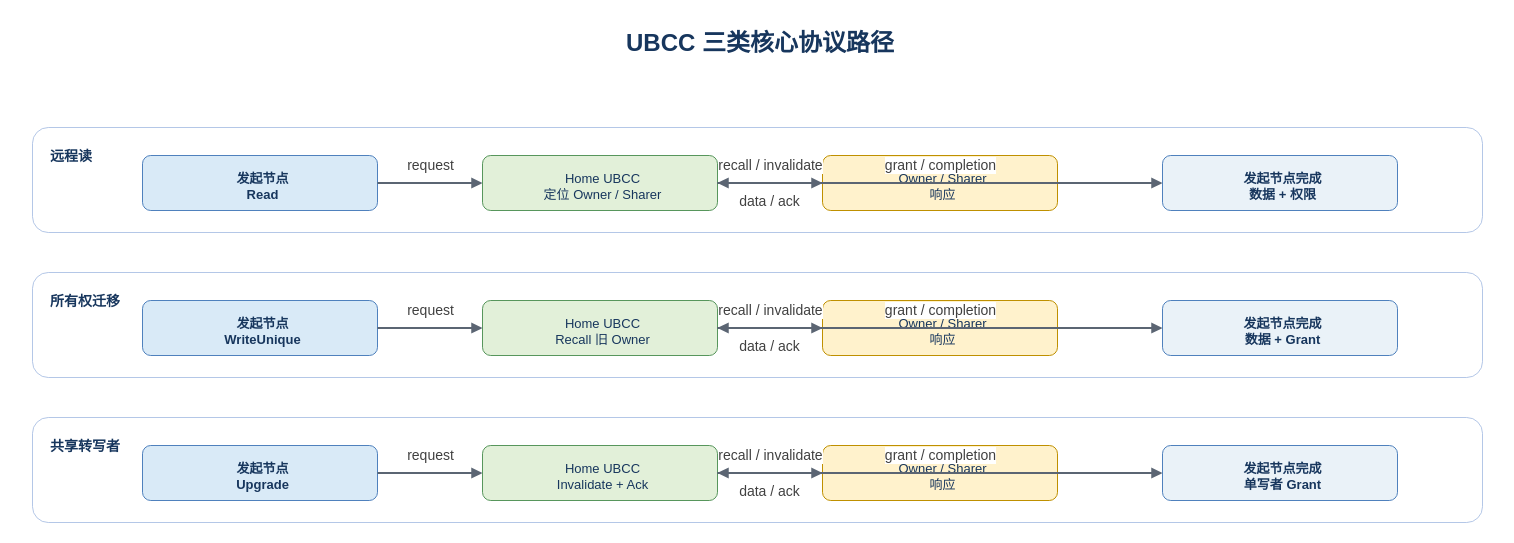
Before: docs/design/figures/ubcc-protocol-paths.drawio in harumaki-nadeshiko/cc-data, a draw.io diagram. Source tidied: cells renumbered, new cells numbered last; positions are measured from the earlier drawing's top-left corner, leaving out a move shared by most shapes. Both pictures are drawn from the tidied source at 100%, with x=0, y=0 at pixel (17, 17).
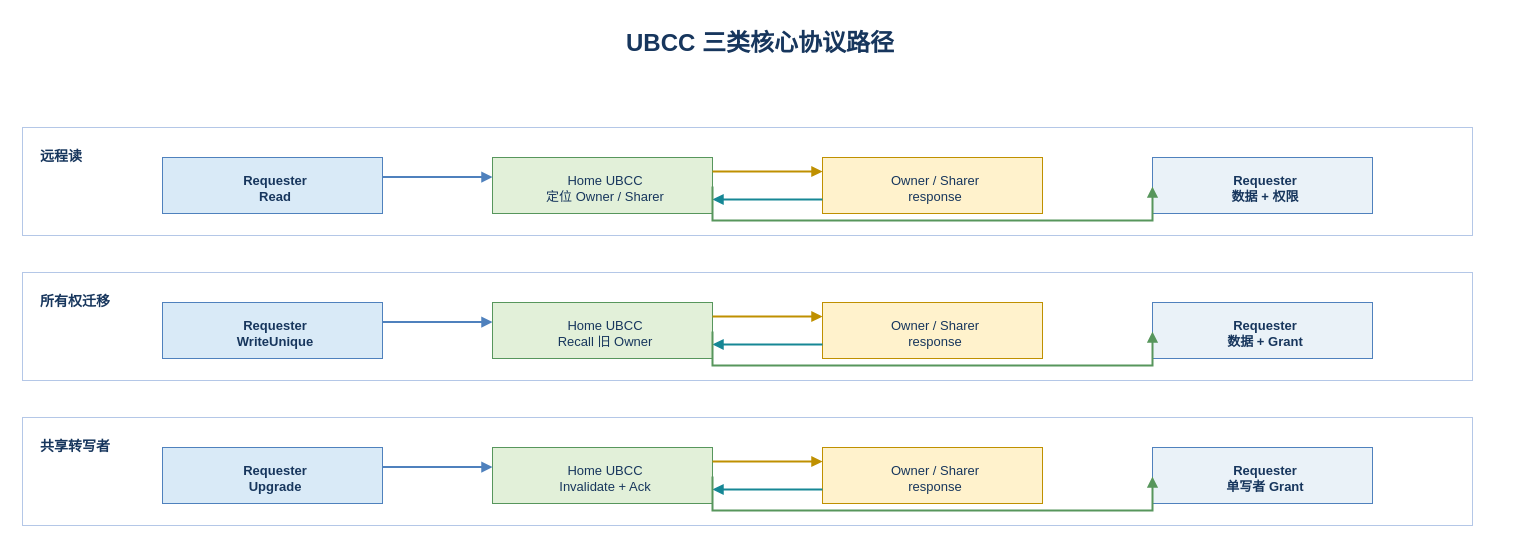
The same diagram, later.

The edit, as a diff of the source:
```diff
@@
-    <mxCell id="3" value="远程读" style="rounded=1;whiteSpace=wrap;html=1;fillColor=#FFFFFF;strokeColor=#B4C7E7;fontColor=#17365D;fontSize=14;fontStyle=1;fontFamily=Microsoft YaHei;spacing=6;dashed=0;dashPattern=6 4;verticalAlign=top;align=left;spacingTop=10;spacingLeft=12;" parent="1" vertex="1">
-      <mxGeometry x="15" y="110" width="1450" height="105" as="geometry" />
+    <mxCell id="3" value="远程读" style="rounded=0;whiteSpace=wrap;html=1;fillColor=#FFFFFF;strokeColor=#B4C7E7;fontColor=#17365D;fontSize=14;fontStyle=1;fontFamily=Microsoft YaHei;spacing=6;dashed=0;dashPattern=6 4;verticalAlign=top;align=left;spacingTop=10;spacingLeft=12;" parent="1" vertex="1">
+      <mxGeometry x="5" y="110" width="1450" height="108" as="geometry" />
     </mxCell>
-    <mxCell id="4" value="发起节点&#10;Read" style="rounded=1;whiteSpace=wrap;html=1;fillColor=#D9EAF7;strokeColor=#4F81BD;fontColor=#17365D;fontSize=13;fontStyle=1;fontFamily=Microsoft YaHei;spacing=6;dashed=0;dashPattern=6 4;verticalAlign=middle;align=center;spacingTop=6;spacingLeft=6;" parent="1" vertex="1">
-      <mxGeometry x="125" y="138" width="235" height="55" as="geometry" />
+    <mxCell id="4" value="Requester&#10;Read" style="rounded=0;whiteSpace=wrap;html=1;fillColor=#D9EAF7;strokeColor=#4F81BD;fontColor=#17365D;fontSize=13;fontStyle=1;fontFamily=Microsoft YaHei;spacing=6;dashed=0;dashPattern=6 4;verticalAlign=middle;align=center;spacingTop=6;spacingLeft=6;" parent="1" vertex="1">
+      <mxGeometry x="145" y="140" width="220" height="56" as="geometry" />
     </mxCell>
-    <mxCell id="5" value="Home UBCC&#10;定位 Owner / Sharer" style="rounded=1;whiteSpace=wrap;html=1;fillColor=#E2F0D9;strokeColor=#57965C;fontColor=#17365D;fontSize=13;fontStyle=0;fontFamily=Microsoft YaHei;spacing=6;dashed=0;dashPattern=6 4;verticalAlign=middle;align=center;spacingTop=6;spacingLeft=6;" parent="1" vertex="1">
-      <mxGeometry x="465" y="138" width="235" height="55" as="geometry" />
+    <mxCell id="5" value="Home UBCC&#10;定位 Owner / Sharer" style="rounded=0;whiteSpace=wrap;html=1;fillColor=#E2F0D9;strokeColor=#57965C;fontColor=#17365D;fontSize=13;fontStyle=0;fontFamily=Microsoft YaHei;spacing=6;dashed=0;dashPattern=6 4;verticalAlign=middle;align=center;spacingTop=6;spacingLeft=6;" parent="1" vertex="1">
+      <mxGeometry x="475" y="140" width="220" height="56" as="geometry" />
     </mxCell>
-    <mxCell id="6" value="Owner / Sharer&#10;响应" style="rounded=1;whiteSpace=wrap;html=1;fillColor=#FFF2CC;strokeColor=#BF9000;fontColor=#17365D;fontSize=13;fontStyle=0;fontFamily=Microsoft YaHei;spacing=6;dashed=0;dashPattern=6 4;verticalAlign=middle;align=center;spacingTop=6;spacingLeft=6;" parent="1" vertex="1">
-      <mxGeometry x="805" y="138" width="235" height="55" as="geometry" />
+    <mxCell id="6" value="Owner / Sharer&#10;response" style="rounded=0;whiteSpace=wrap;html=1;fillColor=#FFF2CC;strokeColor=#BF9000;fontColor=#17365D;fontSize=13;fontStyle=0;fontFamily=Microsoft YaHei;spacing=6;dashed=0;dashPattern=6 4;verticalAlign=middle;align=center;spacingTop=6;spacingLeft=6;" parent="1" vertex="1">
+      <mxGeometry x="805" y="140" width="220" height="56" as="geometry" />
     </mxCell>
-    <mxCell id="7" value="发起节点完成&#10;数据 + 权限" style="rounded=1;whiteSpace=wrap;html=1;fillColor=#EAF2F8;strokeColor=#4F81BD;fontColor=#17365D;fontSize=13;fontStyle=1;fontFamily=Microsoft YaHei;spacing=6;dashed=0;dashPattern=6 4;verticalAlign=middle;align=center;spacingTop=6;spacingLeft=6;" parent="1" vertex="1">
-      <mxGeometry x="1145" y="138" width="235" height="55" as="geometry" />
+    <mxCell id="7" value="Requester&#10;数据 + 权限" style="rounded=0;whiteSpace=wrap;html=1;fillColor=#EAF2F8;strokeColor=#4F81BD;fontColor=#17365D;fontSize=13;fontStyle=1;fontFamily=Microsoft YaHei;spacing=6;dashed=0;dashPattern=6 4;verticalAlign=middle;align=center;spacingTop=6;spacingLeft=6;" parent="1" vertex="1">
+      <mxGeometry x="1135" y="140" width="220" height="56" as="geometry" />
     </mxCell>
-    <mxCell id="8" value="所有权迁移" style="rounded=1;whiteSpace=wrap;html=1;fillColor=#FFFFFF;strokeColor=#B4C7E7;fontColor=#17365D;fontSize=14;fontStyle=1;fontFamily=Microsoft YaHei;spacing=6;dashed=0;dashPattern=6 4;verticalAlign=top;align=left;spacingTop=10;spacingLeft=12;" parent="1" vertex="1">
-      <mxGeometry x="15" y="255" width="1450" height="105" as="geometry" />
+    <mxCell id="8" value="所有权迁移" style="rounded=0;whiteSpace=wrap;html=1;fillColor=#FFFFFF;strokeColor=#B4C7E7;fontColor=#17365D;fontSize=14;fontStyle=1;fontFamily=Microsoft YaHei;spacing=6;dashed=0;dashPattern=6 4;verticalAlign=top;align=left;spacingTop=10;spacingLeft=12;" parent="1" vertex="1">
+      <mxGeometry x="5" y="255" width="1450" height="108" as="geometry" />
     </mxCell>
-    <mxCell id="9" value="发起节点&#10;WriteUnique" style="rounded=1;whiteSpace=wrap;html=1;fillColor=#D9EAF7;strokeColor=#4F81BD;fontColor=#17365D;fontSize=13;fontStyle=1;fontFamily=Microsoft YaHei;spacing=6;dashed=0;dashPattern=6 4;verticalAlign=middle;align=center;spacingTop=6;spacingLeft=6;" parent="1" vertex="1">
-      <mxGeometry x="125" y="283" width="235" height="55" as="geometry" />
+    <mxCell id="9" value="Requester&#10;WriteUnique" style="rounded=0;whiteSpace=wrap;html=1;fillColor=#D9EAF7;strokeColor=#4F81BD;fontColor=#17365D;fontSize=13;fontStyle=1;fontFamily=Microsoft YaHei;spacing=6;dashed=0;dashPattern=6 4;verticalAlign=middle;align=center;spacingTop=6;spacingLeft=6;" parent="1" vertex="1">
+      <mxGeometry x="145" y="285" width="220" height="56" as="geometry" />
     </mxCell>
-    <mxCell id="10" value="Home UBCC&#10;Recall 旧 Owner" style="rounded=1;whiteSpace=wrap;html=1;fillColor=#E2F0D9;strokeColor=#57965C;fontColor=#17365D;fontSize=13;fontStyle=0;fontFamily=Microsoft YaHei;spacing=6;dashed=0;dashPattern=6 4;verticalAlign=middle;align=center;spacingTop=6;spacingLeft=6;" parent="1" vertex="1">
-      <mxGeometry x="465" y="283" width="235" height="55" as="geometry" />
+    <mxCell id="10" value="Home UBCC&#10;Recall 旧 Owner" style="rounded=0;whiteSpace=wrap;html=1;fillColor=#E2F0D9;strokeColor=#57965C;fontColor=#17365D;fontSize=13;fontStyle=0;fontFamily=Microsoft YaHei;spacing=6;dashed=0;dashPattern=6 4;verticalAlign=middle;align=center;spacingTop=6;spacingLeft=6;" parent="1" vertex="1">
+      <mxGeometry x="475" y="285" width="220" height="56" as="geometry" />
     </mxCell>
-    <mxCell id="11" value="Owner / Sharer&#10;响应" style="rounded=1;whiteSpace=wrap;html=1;fillColor=#FFF2CC;strokeColor=#BF9000;fontColor=#17365D;fontSize=13;fontStyle=0;fontFamily=Microsoft YaHei;spacing=6;dashed=0;dashPattern=6 4;verticalAlign=middle;align=center;spacingTop=6;spacingLeft=6;" parent="1" vertex="1">
-      <mxGeometry x="805" y="283" width="235" height="55" as="geometry" />
+    <mxCell id="11" value="Owner / Sharer&#10;response" style="rounded=0;whiteSpace=wrap;html=1;fillColor=#FFF2CC;strokeColor=#BF9000;fontColor=#17365D;fontSize=13;fontStyle=0;fontFamily=Microsoft YaHei;spacing=6;dashed=0;dashPattern=6 4;verticalAlign=middle;align=center;spacingTop=6;spacingLeft=6;" parent="1" vertex="1">
+      <mxGeometry x="805" y="285" width="220" height="56" as="geometry" />
     </mxCell>
-    <mxCell id="12" value="发起节点完成&#10;数据 + Grant" style="rounded=1;whiteSpace=wrap;html=1;fillColor=#EAF2F8;strokeColor=#4F81BD;fontColor=#17365D;fontSize=13;fontStyle=1;fontFamily=Microsoft YaHei;spacing=6;dashed=0;dashPattern=6 4;verticalAlign=middle;align=center;spacingTop=6;spacingLeft=6;" parent="1" vertex="1">
-      <mxGeometry x="1145" y="283" width="235" height="55" as="geometry" />
+    <mxCell id="12" value="Requester&#10;数据 + Grant" style="rounded=0;whiteSpace=wrap;html=1;fillColor=#EAF2F8;strokeColor=#4F81BD;fontColor=#17365D;fontSize=13;fontStyle=1;fontFamily=Microsoft YaHei;spacing=6;dashed=0;dashPattern=6 4;verticalAlign=middle;align=center;spacingTop=6;spacingLeft=6;" parent="1" vertex="1">
+      <mxGeometry x="1135" y="285" width="220" height="56" as="geometry" />
     </mxCell>
-    <mxCell id="13" value="共享转写者" style="rounded=1;whiteSpace=wrap;html=1;fillColor=#FFFFFF;strokeColor=#B4C7E7;fontColor=#17365D;fontSize=14;fontStyle=1;fontFamily=Microsoft YaHei;spacing=6;dashed=0;dashPattern=6 4;verticalAlign=top;align=left;spacingTop=10;spacingLeft=12;" parent="1" vertex="1">
-      <mxGeometry x="15" y="400" width="1450" height="105" as="geometry" />
+    <mxCell id="13" value="共享转写者" style="rounded=0;whiteSpace=wrap;html=1;fillColor=#FFFFFF;strokeColor=#B4C7E7;fontColor=#17365D;fontSize=14;fontStyle=1;fontFamily=Microsoft YaHei;spacing=6;dashed=0;dashPattern=6 4;verticalAlign=top;align=left;spacingTop=10;spacingLeft=12;" parent="1" vertex="1">
+      <mxGeometry x="5" y="400" width="1450" height="108" as="geometry" />
     </mxCell>
-    <mxCell id="14" value="发起节点&#10;Upgrade" style="rounded=1;whiteSpace=wrap;html=1;fillColor=#D9EAF7;strokeColor=#4F81BD;fontColor=#17365D;fontSize=13;fontStyle=1;fontFamily=Microsoft YaHei;spacing=6;dashed=0;dashPattern=6 4;verticalAlign=middle;align=center;spacingTop=6;spacingLeft=6;" parent="1" vertex="1">
-      <mxGeometry x="125" y="428" width="235" height="55" as="geometry" />
+    <mxCell id="14" value="Requester&#10;Upgrade" style="rounded=0;whiteSpace=wrap;html=1;fillColor=#D9EAF7;strokeColor=#4F81BD;fontColor=#17365D;fontSize=13;fontStyle=1;fontFamily=Microsoft YaHei;spacing=6;dashed=0;dashPattern=6 4;verticalAlign=middle;align=center;spacingTop=6;spacingLeft=6;" parent="1" vertex="1">
+      <mxGeometry x="145" y="430" width="220" height="56" as="geometry" />
     </mxCell>
-    <mxCell id="15" value="Home UBCC&#10;Invalidate + Ack" style="rounded=1;whiteSpace=wrap;html=1;fillColor=#E2F0D9;strokeColor=#57965C;fontColor=#17365D;fontSize=13;fontStyle=0;fontFamily=Microsoft YaHei;spacing=6;dashed=0;dashPattern=6 4;verticalAlign=middle;align=center;spacingTop=6;spacingLeft=6;" parent="1" vertex="1">
-      <mxGeometry x="465" y="428" width="235" height="55" as="geometry" />
+    <mxCell id="15" value="Home UBCC&#10;Invalidate + Ack" style="rounded=0;whiteSpace=wrap;html=1;fillColor=#E2F0D9;strokeColor=#57965C;fontColor=#17365D;fontSize=13;fontStyle=0;fontFamily=Microsoft YaHei;spacing=6;dashed=0;dashPattern=6 4;verticalAlign=middle;align=center;spacingTop=6;spacingLeft=6;" parent="1" vertex="1">
+      <mxGeometry x="475" y="430" width="220" height="56" as="geometry" />
     </mxCell>
-    <mxCell id="16" value="Owner / Sharer&#10;响应" style="rounded=1;whiteSpace=wrap;html=1;fillColor=#FFF2CC;strokeColor=#BF9000;fontColor=#17365D;fontSize=13;fontStyle=0;fontFamily=Microsoft YaHei;spacing=6;dashed=0;dashPattern=6 4;verticalAlign=middle;align=center;spacingTop=6;spacingLeft=6;" parent="1" vertex="1">
-      <mxGeometry x="805" y="428" width="235" height="55" as="geometry" />
+    <mxCell id="16" value="Owner / Sharer&#10;response" style="rounded=0;whiteSpace=wrap;html=1;fillColor=#FFF2CC;strokeColor=#BF9000;fontColor=#17365D;fontSize=13;fontStyle=0;fontFamily=Microsoft YaHei;spacing=6;dashed=0;dashPattern=6 4;verticalAlign=middle;align=center;spacingTop=6;spacingLeft=6;" parent="1" vertex="1">
+      <mxGeometry x="805" y="430" width="220" height="56" as="geometry" />
     </mxCell>
-    <mxCell id="17" value="发起节点完成&#10;单写者 Grant" style="rounded=1;whiteSpace=wrap;html=1;fillColor=#EAF2F8;strokeColor=#4F81BD;fontColor=#17365D;fontSize=13;fontStyle=1;fontFamily=Microsoft YaHei;spacing=6;dashed=0;dashPattern=6 4;verticalAlign=middle;align=center;spacingTop=6;spacingLeft=6;" parent="1" vertex="1">
-      <mxGeometry x="1145" y="428" width="235" height="55" as="geometry" />
+    <mxCell id="17" value="Requester&#10;单写者 Grant" style="rounded=0;whiteSpace=wrap;html=1;fillColor=#EAF2F8;strokeColor=#4F81BD;fontColor=#17365D;fontSize=13;fontStyle=1;fontFamily=Microsoft YaHei;spacing=6;dashed=0;dashPattern=6 4;verticalAlign=middle;align=center;spacingTop=6;spacingLeft=6;" parent="1" vertex="1">
+      <mxGeometry x="1135" y="430" width="220" height="56" as="geometry" />
     </mxCell>
-    <mxCell id="18" value="request" style="edgeStyle=orthogonalEdgeStyle;rounded=0;jettySize=auto;html=1;strokeWidth=2.0;strokeColor=#5B6573;dashed=0;dashPattern=6 4;endArrow=block;endFill=1;startArrow=none;startFill=0;fontSize=14;fontColor=#404040;fontFamily=Microsoft YaHei;labelBackgroundColor=#FFFFFF;" parent="1" edge="1" source="4" target="5">
-      <mxGeometry relative="1" as="geometry">
-        <mxPoint y="-18" as="offset" />
-      </mxGeometry>
+    <mxCell id="18" style="edgeStyle=orthogonalEdgeStyle;rounded=0;jettySize=16;html=1;strokeWidth=2.0;strokeColor=#4F81BD;dashed=0;dashPattern=6 4;endArrow=block;endFill=1;startArrow=none;startFill=0;fontSize=14;fontColor=#404040;fontFamily=Microsoft YaHei;labelBackgroundColor=#FFFFFF;exitX=1;exitY=0.35;exitDx=0;exitDy=0;entryX=0;entryY=0.35;entryDx=0;entryDy=0;" parent="1" edge="1" source="4" target="5">
+      <mxGeometry relative="1" as="geometry" />
     </mxCell>
-    <mxCell id="19" value="recall / invalidate" style="edgeStyle=orthogonalEdgeStyle;rounded=0;jettySize=auto;html=1;strokeWidth=2.0;strokeColor=#5B6573;dashed=0;dashPattern=6 4;endArrow=block;endFill=1;startArrow=none;startFill=0;fontSize=14;fontColor=#404040;fontFamily=Microsoft YaHei;labelBackgroundColor=#FFFFFF;" parent="1" edge="1" source="5" target="6">
-      <mxGeometry relative="1" as="geometry">
-        <mxPoint y="-18" as="offset" />
-      </mxGeometry>
+    <mxCell id="19" style="edgeStyle=orthogonalEdgeStyle;rounded=0;jettySize=16;html=1;strokeWidth=2.0;strokeColor=#BF9000;dashed=0;dashPattern=6 4;endArrow=block;endFill=1;startArrow=none;startFill=0;fontSize=14;fontColor=#404040;fontFamily=Microsoft YaHei;labelBackgroundColor=#FFFFFF;exitX=1;exitY=0.25;exitDx=0;exitDy=0;entryX=0;entryY=0.25;entryDx=0;entryDy=0;" parent="1" edge="1" source="5" target="6">
+      <mxGeometry relative="1" as="geometry" />
     </mxCell>
-    <mxCell id="20" value="data / ack" style="edgeStyle=orthogonalEdgeStyle;rounded=0;jettySize=auto;html=1;strokeWidth=2.0;strokeColor=#5B6573;dashed=0;dashPattern=6 4;endArrow=block;endFill=1;startArrow=none;startFill=0;fontSize=14;fontColor=#404040;fontFamily=Microsoft YaHei;labelBackgroundColor=#FFFFFF;" parent="1" edge="1" source="6" target="5">
-      <mxGeometry relative="1" as="geometry">
-        <mxPoint y="18" as="offset" />
-      </mxGeometry>
+    <mxCell id="20" style="edgeStyle=orthogonalEdgeStyle;rounded=0;jettySize=16;html=1;strokeWidth=2.0;strokeColor=#168795;dashed=0;dashPattern=6 4;endArrow=block;endFill=1;startArrow=none;startFill=0;fontSize=14;fontColor=#404040;fontFamily=Microsoft YaHei;labelBackgroundColor=#FFFFFF;exitX=0;exitY=0.75;exitDx=0;exitDy=0;entryX=1;entryY=0.75;entryDx=0;entryDy=0;" parent="1" edge="1" source="6" target="5">
+      <mxGeometry relative="1" as="geometry" />
     </mxCell>
-    <mxCell id="21" value="grant / completion" style="edgeStyle=orthogonalEdgeStyle;rounded=0;jettySize=auto;html=1;strokeWidth=2.0;strokeColor=#5B6573;dashed=0;dashPattern=6 4;endArrow=block;endFill=1;startArrow=none;startFill=0;fontSize=14;fontColor=#404040;fontFamily=Microsoft YaHei;labelBackgroundColor=#FFFFFF;" parent="1" edge="1" source="5" target="7">
+    <mxCell id="21" style="edgeStyle=orthogonalEdgeStyle;rounded=0;jettySize=16;html=1;strokeWidth=2.0;strokeColor=#57965C;dashed=0;dashPattern=6 4;endArrow=block;endFill=1;startArrow=none;startFill=0;fontSize=14;fontColor=#404040;fontFamily=Microsoft YaHei;labelBackgroundColor=#FFFFFF;exitX=1;exitY=0.52;exitDx=0;exitDy=0;entryX=0;entryY=0.52;entryDx=0;entryDy=0;" parent="1" edge="1" source="5" target="7">
       <mxGeometry relative="1" as="geometry">
-        <mxPoint y="-18" as="offset" />
+        <Array as="points">
+          <mxPoint x="775" y="203" />
+          <mxPoint x="1105" y="203" />
+        </Array>
       </mxGeometry>
     </mxCell>
-    <mxCell id="22" value="request" style="edgeStyle=orthogonalEdgeStyle;rounded=0;jettySize=auto;html=1;strokeWidth=2.0;strokeColor=#5B6573;dashed=0;dashPattern=6 4;endArrow=block;endFill=1;startArrow=none;startFill=0;fontSize=14;fontColor=#404040;fontFamily=Microsoft YaHei;labelBackgroundColor=#FFFFFF;" parent="1" edge="1" source="9" target="10">
-      <mxGeometry relative="1" as="geometry">
-        <mxPoint y="-18" as="offset" />
-      </mxGeometry>
+    <mxCell id="22" style="edgeStyle=orthogonalEdgeStyle;rounded=0;jettySize=16;html=1;strokeWidth=2.0;strokeColor=#4F81BD;dashed=0;dashPattern=6 4;endArrow=block;endFill=1;startArrow=none;startFill=0;fontSize=14;fontColor=#404040;fontFamily=Microsoft YaHei;labelBackgroundColor=#FFFFFF;exitX=1;exitY=0.35;exitDx=0;exitDy=0;entryX=0;entryY=0.35;entryDx=0;entryDy=0;" parent="1" edge="1" source="9" target="10">
+      <mxGeometry relative="1" as="geometry" />
     </mxCell>
-    <mxCell id="23" value="recall / invalidate" style="edgeStyle=orthogonalEdgeStyle;rounded=0;jettySize=auto;html=1;strokeWidth=2.0;strokeColor=#5B6573;dashed=0;dashPattern=6 4;endArrow=block;endFill=1;startArrow=none;startFill=0;fontSize=14;fontColor=#404040;fontFamily=Microsoft YaHei;labelBackgroundColor=#FFFFFF;" parent="1" edge="1" source="10" target="11">
-      <mxGeometry relative="1" as="geometry">
-        <mxPoint y="-18" as="offset" />
-      </mxGeometry>
+    <mxCell id="23" style="edgeStyle=orthogonalEdgeStyle;rounded=0;jettySize=16;html=1;strokeWidth=2.0;strokeColor=#BF9000;dashed=0;dashPattern=6 4;endArrow=block;endFill=1;startArrow=none;startFill=0;fontSize=14;fontColor=#404040;fontFamily=Microsoft YaHei;labelBackgroundColor=#FFFFFF;exitX=1;exitY=0.25;exitDx=0;exitDy=0;entryX=0;entryY=0.25;entryDx=0;entryDy=0;" parent="1" edge="1" source="10" target="11">
+      <mxGeometry relative="1" as="geometry" />
     </mxCell>
-    <mxCell id="24" value="data / ack" style="edgeStyle=orthogonalEdgeStyle;rounded=0;jettySize=auto;html=1;strokeWidth=2.0;strokeColor=#5B6573;dashed=0;dashPattern=6 4;endArrow=block;endFill=1;startArrow=none;startFill=0;fontSize=14;fontColor=#404040;fontFamily=Microsoft YaHei;labelBackgroundColor=#FFFFFF;" parent="1" edge="1" source="11" target="10">
-      <mxGeometry relative="1" as="geometry">
-        <mxPoint y="18" as="offset" />
-      </mxGeometry>
+    <mxCell id="24" style="edgeStyle=orthogonalEdgeStyle;rounded=0;jettySize=16;html=1;strokeWidth=2.0;strokeColor=#168795;dashed=0;dashPattern=6 4;endArrow=block;endFill=1;startArrow=none;startFill=0;fontSize=14;fontColor=#404040;fontFamily=Microsoft YaHei;labelBackgroundColor=#FFFFFF;exitX=0;exitY=0.75;exitDx=0;exitDy=0;entryX=1;entryY=0.75;entryDx=0;entryDy=0;" parent="1" edge="1" source="11" target="10">
+      <mxGeometry relative="1" as="geometry" />
     </mxCell>
-    <mxCell id="25" value="grant / completion" style="edgeStyle=orthogonalEdgeStyle;rounded=0;jettySize=auto;html=1;strokeWidth=2.0;strokeColor=#5B6573;dashed=0;dashPattern=6 4;endArrow=block;endFill=1;startArrow=none;startFill=0;fontSize=14;fontColor=#404040;fontFamily=Microsoft YaHei;labelBackgroundColor=#FFFFFF;" parent="1" edge="1" source="10" target="12">
+    <mxCell id="25" style="edgeStyle=orthogonalEdgeStyle;rounded=0;jettySize=16;html=1;strokeWidth=2.0;strokeColor=#57965C;dashed=0;dashPattern=6 4;endArrow=block;endFill=1;startArrow=none;startFill=0;fontSize=14;fontColor=#404040;fontFamily=Microsoft YaHei;labelBackgroundColor=#FFFFFF;exitX=1;exitY=0.52;exitDx=0;exitDy=0;entryX=0;entryY=0.52;entryDx=0;entryDy=0;" parent="1" edge="1" source="10" target="12">
       <mxGeometry relative="1" as="geometry">
-        <mxPoint y="-18" as="offset" />
+        <Array as="points">
+          <mxPoint x="775" y="348" />
+          <mxPoint x="1105" y="348" />
+        </Array>
       </mxGeometry>
     </mxCell>
-    <mxCell id="26" value="request" style="edgeStyle=orthogonalEdgeStyle;rounded=0;jettySize=auto;html=1;strokeWidth=2.0;strokeColor=#5B6573;dashed=0;dashPattern=6 4;endArrow=block;endFill=1;startArrow=none;startFill=0;fontSize=14;fontColor=#404040;fontFamily=Microsoft YaHei;labelBackgroundColor=#FFFFFF;" parent="1" edge="1" source="14" target="15">
-      <mxGeometry relative="1" as="geometry">
-        <mxPoint y="-18" as="offset" />
-      </mxGeometry>
+    <mxCell id="26" style="edgeStyle=orthogonalEdgeStyle;rounded=0;jettySize=16;html=1;strokeWidth=2.0;strokeColor=#4F81BD;dashed=0;dashPattern=6 4;endArrow=block;endFill=1;startArrow=none;startFill=0;fontSize=14;fontColor=#404040;fontFamily=Microsoft YaHei;labelBackgroundColor=#FFFFFF;exitX=1;exitY=0.35;exitDx=0;exitDy=0;entryX=0;entryY=0.35;entryDx=0;entryDy=0;" parent="1" edge="1" source="14" target="15">
+      <mxGeometry relative="1" as="geometry" />
     </mxCell>
-    <mxCell id="27" value="recall / invalidate" style="edgeStyle=orthogonalEdgeStyle;rounded=0;jettySize=auto;html=1;strokeWidth=2.0;strokeColor=#5B6573;dashed=0;dashPattern=6 4;endArrow=block;endFill=1;startArrow=none;startFill=0;fontSize=14;fontColor=#404040;fontFamily=Microsoft YaHei;labelBackgroundColor=#FFFFFF;" parent="1" edge="1" source="15" target="16">
-      <mxGeometry relative="1" as="geometry">
-        <mxPoint y="-18" as="offset" />
-      </mxGeometry>
+    <mxCell id="27" style="edgeStyle=orthogonalEdgeStyle;rounded=0;jettySize=16;html=1;strokeWidth=2.0;strokeColor=#BF9000;dashed=0;dashPattern=6 4;endArrow=block;endFill=1;startArrow=none;startFill=0;fontSize=14;fontColor=#404040;fontFamily=Microsoft YaHei;labelBackgroundColor=#FFFFFF;exitX=1;exitY=0.25;exitDx=0;exitDy=0;entryX=0;entryY=0.25;entryDx=0;entryDy=0;" parent="1" edge="1" source="15" target="16">
+      <mxGeometry relative="1" as="geometry" />
     </mxCell>
-    <mxCell id="28" value="data / ack" style="edgeStyle=orthogonalEdgeStyle;rounded=0;jettySize=auto;html=1;strokeWidth=2.0;strokeColor=#5B6573;dashed=0;dashPattern=6 4;endArrow=block;endFill=1;startArrow=none;startFill=0;fontSize=14;fontColor=#404040;fontFamily=Microsoft YaHei;labelBackgroundColor=#FFFFFF;" parent="1" edge="1" source="16" target="15">
-      <mxGeometry relative="1" as="geometry">
-        <mxPoint y="18" as="offset" />
-      </mxGeometry>
+    <mxCell id="28" style="edgeStyle=orthogonalEdgeStyle;rounded=0;jettySize=16;html=1;strokeWidth=2.0;strokeColor=#168795;dashed=0;dashPattern=6 4;endArrow=block;endFill=1;startArrow=none;startFill=0;fontSize=14;fontColor=#404040;fontFamily=Microsoft YaHei;labelBackgroundColor=#FFFFFF;exitX=0;exitY=0.75;exitDx=0;exitDy=0;entryX=1;entryY=0.75;entryDx=0;entryDy=0;" parent="1" edge="1" source="16" target="15">
+      <mxGeometry relative="1" as="geometry" />
     </mxCell>
-    <mxCell id="29" value="grant / completion" style="edgeStyle=orthogonalEdgeStyle;rounded=0;jettySize=auto;html=1;strokeWidth=2.0;strokeColor=#5B6573;dashed=0;dashPattern=6 4;endArrow=block;endFill=1;startArrow=none;startFill=0;fontSize=14;fontColor=#404040;fontFamily=Microsoft YaHei;labelBackgroundColor=#FFFFFF;" parent="1" edge="1" source="15" target="17">
+    <mxCell id="29" style="edgeStyle=orthogonalEdgeStyle;rounded=0;jettySize=16;html=1;strokeWidth=2.0;strokeColor=#57965C;dashed=0;dashPattern=6 4;endArrow=block;endFill=1;startArrow=none;startFill=0;fontSize=14;fontColor=#404040;fontFamily=Microsoft YaHei;labelBackgroundColor=#FFFFFF;exitX=1;exitY=0.52;exitDx=0;exitDy=0;entryX=0;entryY=0.52;entryDx=0;entryDy=0;" parent="1" edge="1" source="15" target="17">
       <mxGeometry relative="1" as="geometry">
-        <mxPoint y="-18" as="offset" />
+        <Array as="points">
+          <mxPoint x="775" y="493" />
+          <mxPoint x="1105" y="493" />
+        </Array>
       </mxGeometry>
     </mxCell>
```
